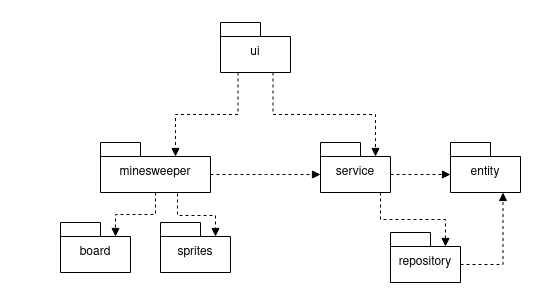
Above: dokumentaatio/kuvat/arkkitehtuuri-pakkaus.png in xelmas/ot-miinaharava (draw.io), before the change. Source tidied: cells renumbered, new cells last; positions are measured from the earlier drawing's top-left corner, leaving out a move shared by most shapes.
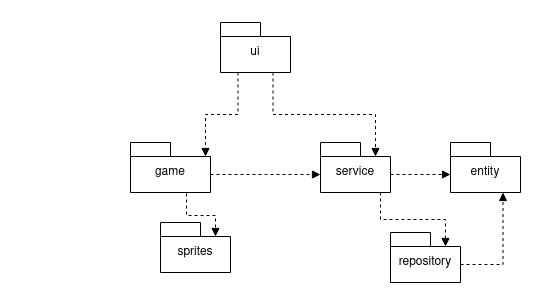
The same diagram one commit later.

Change to the diagram source:
```diff
@@ -5,12 +5,9 @@
     <mxCell id="2" value="ui" style="shape=folder;fontStyle=0;spacingTop=10;tabWidth=40;tabHeight=14;tabPosition=left;html=1;whiteSpace=wrap;" parent="1" vertex="1">
       <mxGeometry x="220" y="20" width="70" height="50" as="geometry" />
     </mxCell>
-    <mxCell id="3" value="minesweeper" style="shape=folder;fontStyle=0;spacingTop=10;tabWidth=40;tabHeight=14;tabPosition=left;html=1;whiteSpace=wrap;" parent="1" vertex="1">
-      <mxGeometry x="100" y="140" width="110" height="50" as="geometry" />
+    <mxCell id="3" value="game" style="shape=folder;fontStyle=0;spacingTop=10;tabWidth=40;tabHeight=14;tabPosition=left;html=1;whiteSpace=wrap;" parent="1" vertex="1">
+      <mxGeometry x="130" y="140" width="80" height="50" as="geometry" />
     </mxCell>
-    <mxCell id="4" value="board" style="shape=folder;fontStyle=0;spacingTop=10;tabWidth=40;tabHeight=14;tabPosition=left;html=1;whiteSpace=wrap;" parent="1" vertex="1">
-      <mxGeometry x="60" y="220" width="70" height="50" as="geometry" />
-    </mxCell>
     <mxCell id="5" value="dispatch" style="verticalAlign=bottom;endArrow=block;edgeStyle=elbowEdgeStyle;elbow=vertical;curved=0;rounded=0;fontColor=none;html=1;labelBackgroundColor=none;noLabel=1;dashed=1;entryX=0;entryY=0;entryDx=75;entryDy=14;entryPerimeter=0;exitX=0.25;exitY=1;exitDx=0;exitDy=0;exitPerimeter=0;" parent="1" edge="1" source="2" target="3">
       <mxGeometry x="0.01" relative="1" as="geometry" />
     </mxCell>
@@ -60,18 +57,12 @@
         </Array>
       </mxGeometry>
     </mxCell>
-    <mxCell id="20" style="html=1;verticalAlign=bottom;endArrow=block;edgeStyle=elbowEdgeStyle;elbow=vertical;curved=0;rounded=0;dashed=1;entryX=0;entryY=0;entryDx=55;entryDy=14;entryPerimeter=0;" parent="1" edge="1" target="4">
-      <mxGeometry x="-0.48" y="81" relative="1" as="geometry">
-        <mxPoint x="155" y="190" as="sourcePoint" />
-        <mxPoint x="65" y="-33" as="offset" />
-      </mxGeometry>
-    </mxCell>
     <mxCell id="21" style="html=1;verticalAlign=bottom;endArrow=block;edgeStyle=elbowEdgeStyle;elbow=vertical;curved=0;rounded=0;dashed=1;entryX=0;entryY=0;entryDx=55;entryDy=14;entryPerimeter=0;exitX=0.7;exitY=1.02;exitDx=0;exitDy=0;exitPerimeter=0;" parent="1" edge="1" source="3" target="13">
       <mxGeometry x="1" y="55" relative="1" as="geometry">
         <mxPoint y="6" as="offset" />
       </mxGeometry>
     </mxCell>
-    <mxCell id="22" style="html=1;verticalAlign=bottom;endArrow=block;edgeStyle=elbowEdgeStyle;elbow=vertical;curved=0;rounded=0;dashed=1;entryX=0;entryY=0;entryDx=0;entryDy=32;entryPerimeter=0;exitX=0;exitY=0;exitDx=110;exitDy=32;exitPerimeter=0;" parent="1" edge="1" source="3" target="14">
+    <mxCell id="22" style="html=1;verticalAlign=bottom;endArrow=block;edgeStyle=elbowEdgeStyle;elbow=vertical;curved=0;rounded=0;dashed=1;entryX=0;entryY=0;entryDx=0;entryDy=32;entryPerimeter=0;exitX=0;exitY=0;exitDx=80;exitDy=32;exitPerimeter=0;" parent="1" edge="1" source="3" target="14">
       <mxGeometry relative="1" as="geometry" />
     </mxCell>
   </root>
```
